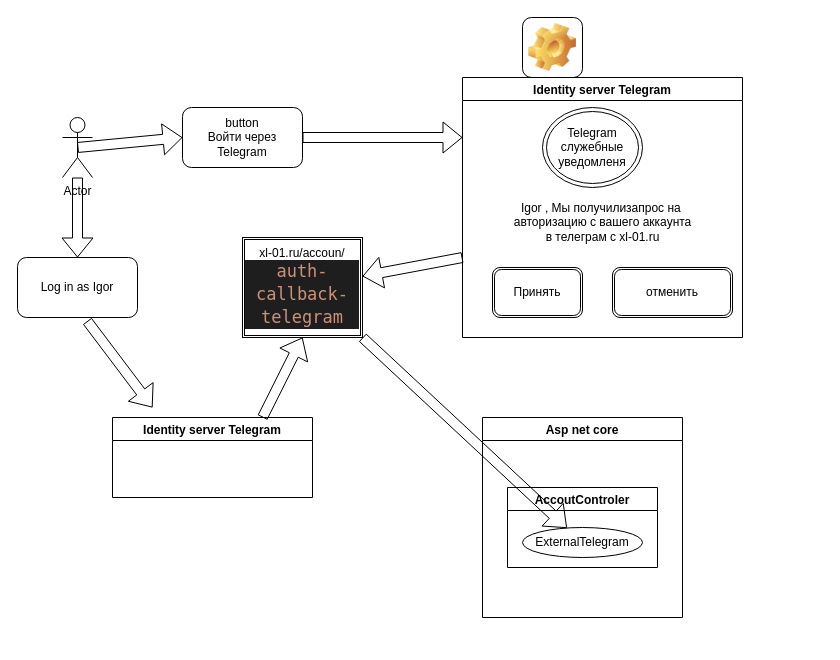
Before: libs/xl01/account/src/lib/diogram_telegram_account.drawio in igoradigey01/x01-v1, a draw.io diagram. Source tidied: cells renumbered, new cells numbered last; positions are measured from the earlier drawing's top-left corner, leaving out a move shared by most shapes. Both pictures are drawn from the tidied source at 100%, with x=0, y=0 at pixel (17, 17).
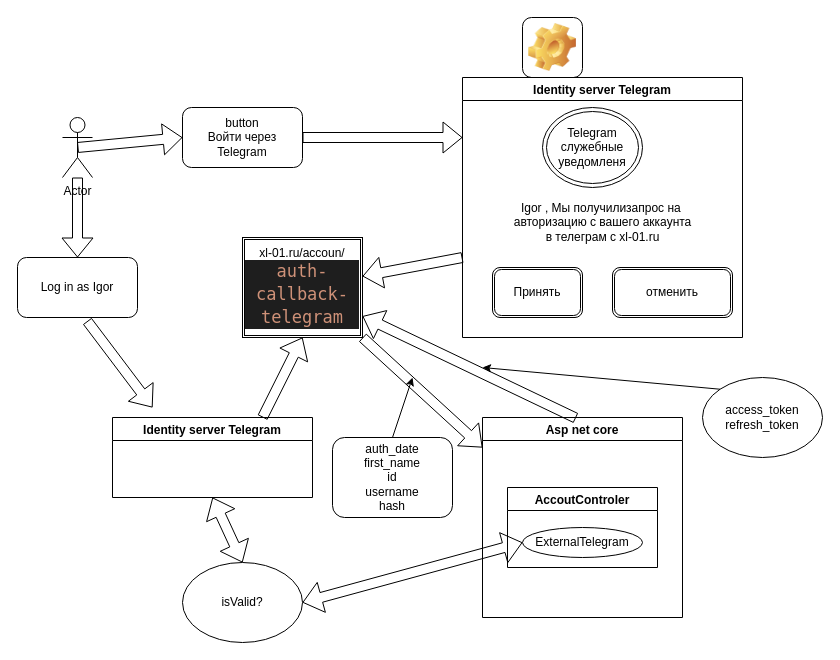
Above is the later version.

The change refers to these unchanged cells:
```xml
<mxCell id="12" value="&lt;span&gt;xl-01.ru/accoun/&lt;/span&gt;&lt;br&gt;&lt;div style=&quot;color: rgb(212 , 212 , 212) ; background-color: rgb(30 , 30 , 30) ; font-family: &amp;#34;fixedsys&amp;#34; , &amp;#34;fira code&amp;#34; , &amp;#34;menlo&amp;#34; , &amp;#34;monaco&amp;#34; , &amp;#34;courier new&amp;#34; , monospace , &amp;#34;consolas&amp;#34; , &amp;#34;courier new&amp;#34; , monospace ; font-size: 17px ; line-height: 23px&quot;&gt;&lt;span style=&quot;color: rgb(206 , 145 , 120)&quot;&gt;auth-callback-telegram&lt;/span&gt;&lt;/div&gt;" style="shape=ext;double=1;rounded=0;whiteSpace=wrap;html=1;" parent="1" vertex="1">
  <mxGeometry x="225" y="220" width="120" height="100" as="geometry" />
</mxCell>
<mxCell id="15" value="Identity server Telegram" style="swimlane;" parent="1" vertex="1">
  <mxGeometry x="95" y="400" width="200" height="80" as="geometry" />
</mxCell>
<mxCell id="19" value="Asp net core" style="swimlane;" parent="1" vertex="1">
  <mxGeometry x="465" y="400" width="200" height="200" as="geometry" />
</mxCell>
<mxCell id="21" value="ExternalTelegram" style="ellipse;whiteSpace=wrap;html=1;" parent="20" vertex="1">
  <mxGeometry x="15" y="40" width="120" height="30" as="geometry" />
</mxCell>
```

Change to the diagram source:
```diff
@@
-    <mxCell id="22" style="shape=flexArrow;endArrow=classic;html=1;exitX=1;exitY=1;exitDx=0;exitDy=0;" parent="1" edge="1" source="12" target="21">
-      <mxGeometry relative="1" as="geometry" />
+    <mxCell id="22" style="shape=flexArrow;endArrow=classic;html=1;exitX=1;exitY=1;exitDx=0;exitDy=0;" parent="1" edge="1" source="12">
+      <mxGeometry relative="1" as="geometry">
+        <mxPoint x="465" y="430" as="targetPoint" />
+      </mxGeometry>
     </mxCell>
+    <mxCell id="23" value="isValid?" style="ellipse;whiteSpace=wrap;html=1;" parent="1" vertex="1">
+      <mxGeometry x="165" y="545" width="120" height="80" as="geometry" />
+    </mxCell>
+    <mxCell id="24" style="shape=flexArrow;endArrow=classic;startArrow=classic;html=1;exitX=1;exitY=0.5;exitDx=0;exitDy=0;entryX=0;entryY=0.5;entryDx=0;entryDy=0;" parent="1" edge="1" source="23" target="21">
+      <mxGeometry relative="1" as="geometry" />
+    </mxCell>
+    <mxCell id="25" style="shape=flexArrow;endArrow=classic;startArrow=classic;html=1;exitX=0.5;exitY=0;exitDx=0;exitDy=0;entryX=0.5;entryY=1;entryDx=0;entryDy=0;" parent="1" edge="1" source="23" target="15">
+      <mxGeometry relative="1" as="geometry" />
+    </mxCell>
+    <mxCell id="26" style="shape=flexArrow;endArrow=classic;html=1;exitX=0.467;exitY=0.003;exitDx=0;exitDy=0;exitPerimeter=0;" parent="1" edge="1" source="19" target="12">
+      <mxGeometry relative="1" as="geometry" />
+    </mxCell>
+    <mxCell id="27" value="&lt;span&gt;access_token&lt;/span&gt;&lt;br&gt;&lt;span&gt;refresh_token&lt;/span&gt;" style="ellipse;whiteSpace=wrap;html=1;" parent="1" vertex="1">
+      <mxGeometry x="685" y="360" width="120" height="80" as="geometry" />
+    </mxCell>
+    <mxCell id="28" style="endArrow=classic;html=1;exitX=0;exitY=0;exitDx=0;exitDy=0;" parent="1" edge="1" source="27">
+      <mxGeometry relative="1" as="geometry">
+        <mxPoint x="465" y="350" as="targetPoint" />
+      </mxGeometry>
+    </mxCell>
+    <mxCell id="29" value="auth_date&lt;br&gt;&lt;div&gt;first_name&lt;/div&gt;&lt;div&gt;id&lt;/div&gt;&lt;div&gt;username&lt;/div&gt;&lt;div&gt;hash&lt;/div&gt;" style="rounded=1;whiteSpace=wrap;html=1;" parent="1" vertex="1">
+      <mxGeometry x="315" y="420" width="120" height="80" as="geometry" />
+    </mxCell>
+    <mxCell id="30" style="endArrow=classic;html=1;exitX=0.5;exitY=0;exitDx=0;exitDy=0;" parent="1" edge="1" source="29">
+      <mxGeometry relative="1" as="geometry">
+        <mxPoint x="395" y="360" as="targetPoint" />
+      </mxGeometry>
+    </mxCell>
```
